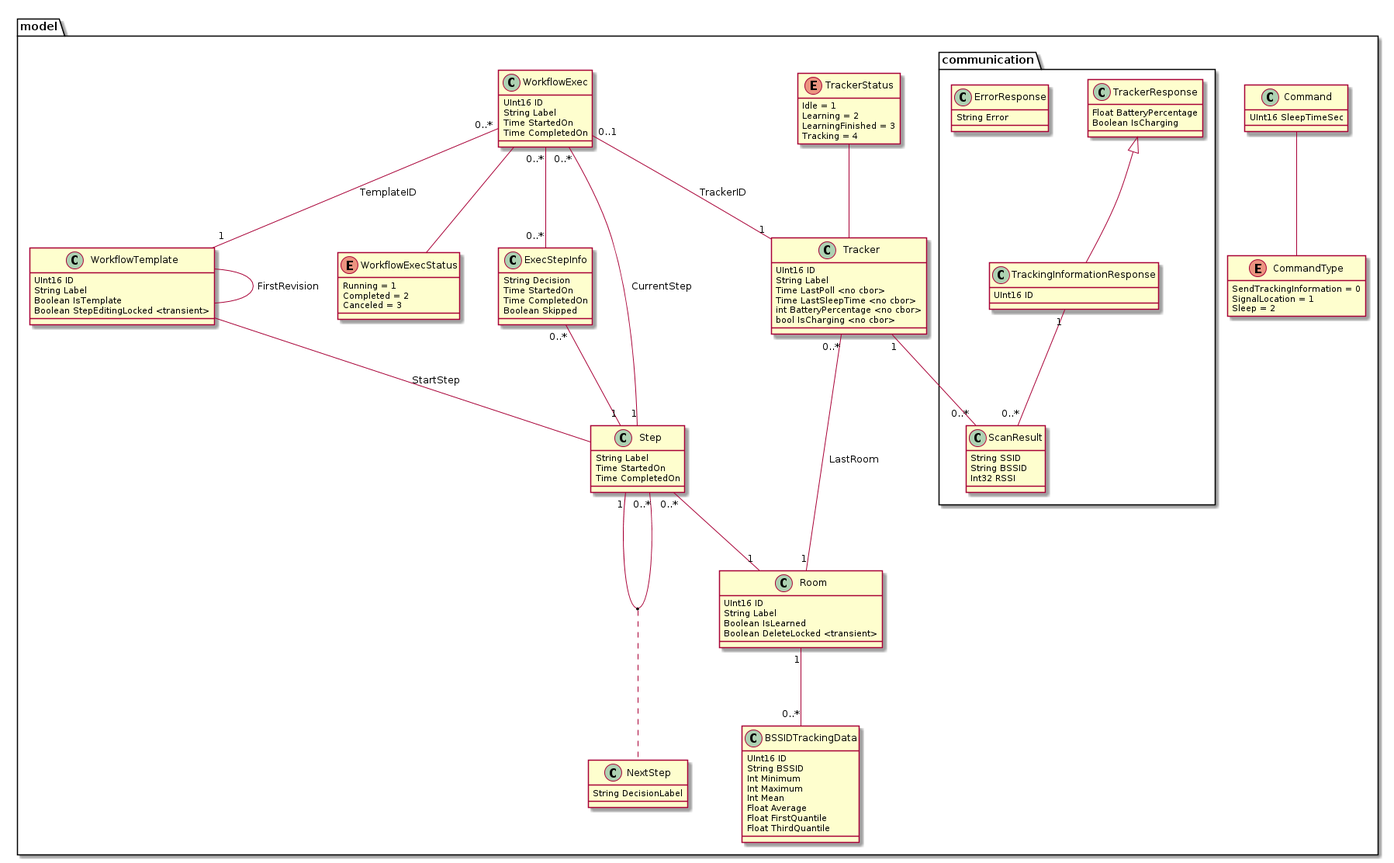
Earlier version of the PlantUML export paper/images/uml.png (glidingthroughspace/paper-tracker).
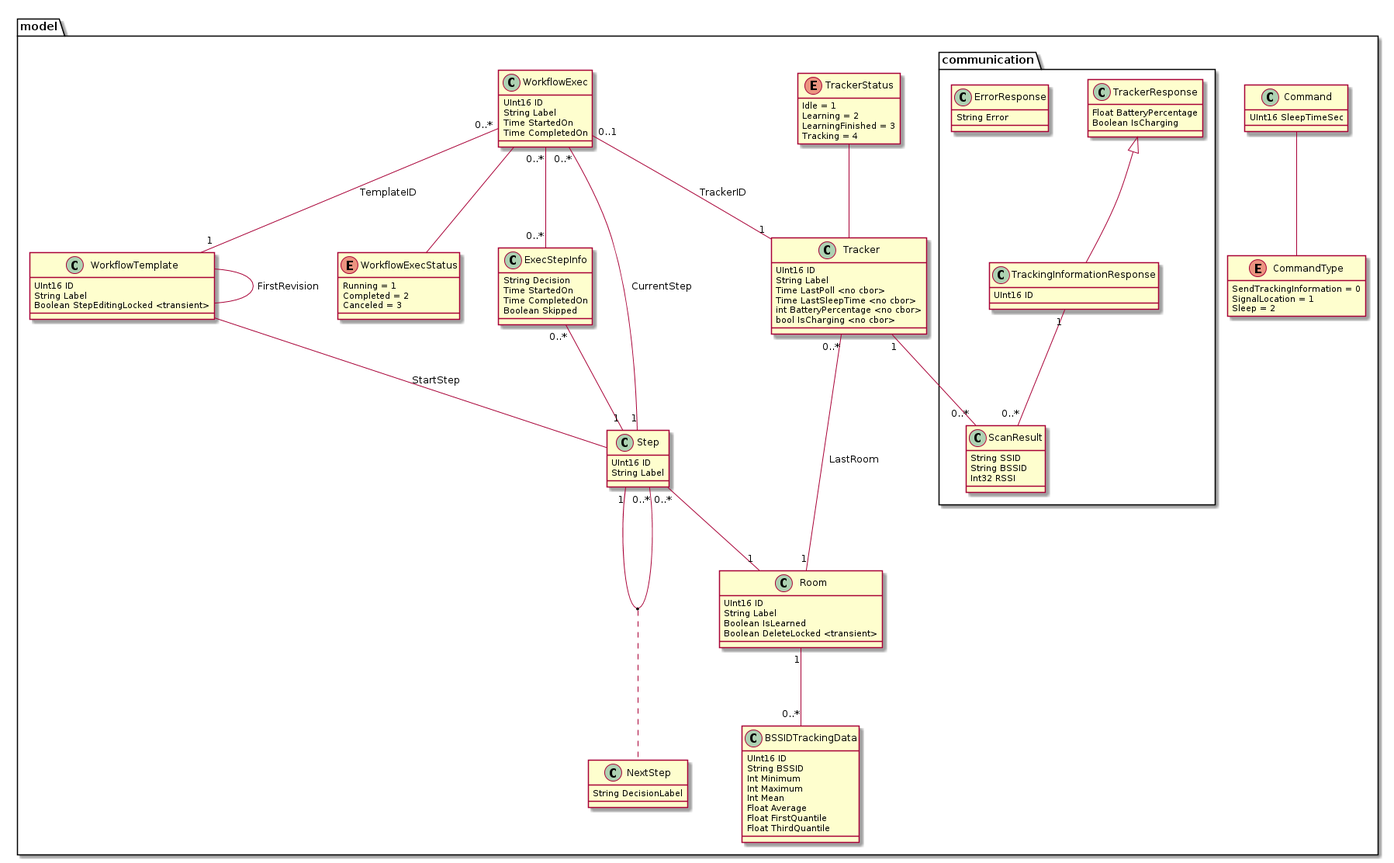
The same diagram one commit later.

Commit message:
Paper: Better explanation UML

The edit, as a diff of the source:
```diff
@@ -60,14 +60,12 @@
   class WorkflowTemplate {
   	UInt16 ID
   	String Label
-    Boolean IsTemplate
     Boolean StepEditingLocked <transient>
   }
 
   class Step {
+    UInt16 ID
   	String Label
-    Time StartedOn
-    Time CompletedOn
   }
 
   class NextStep {
```
